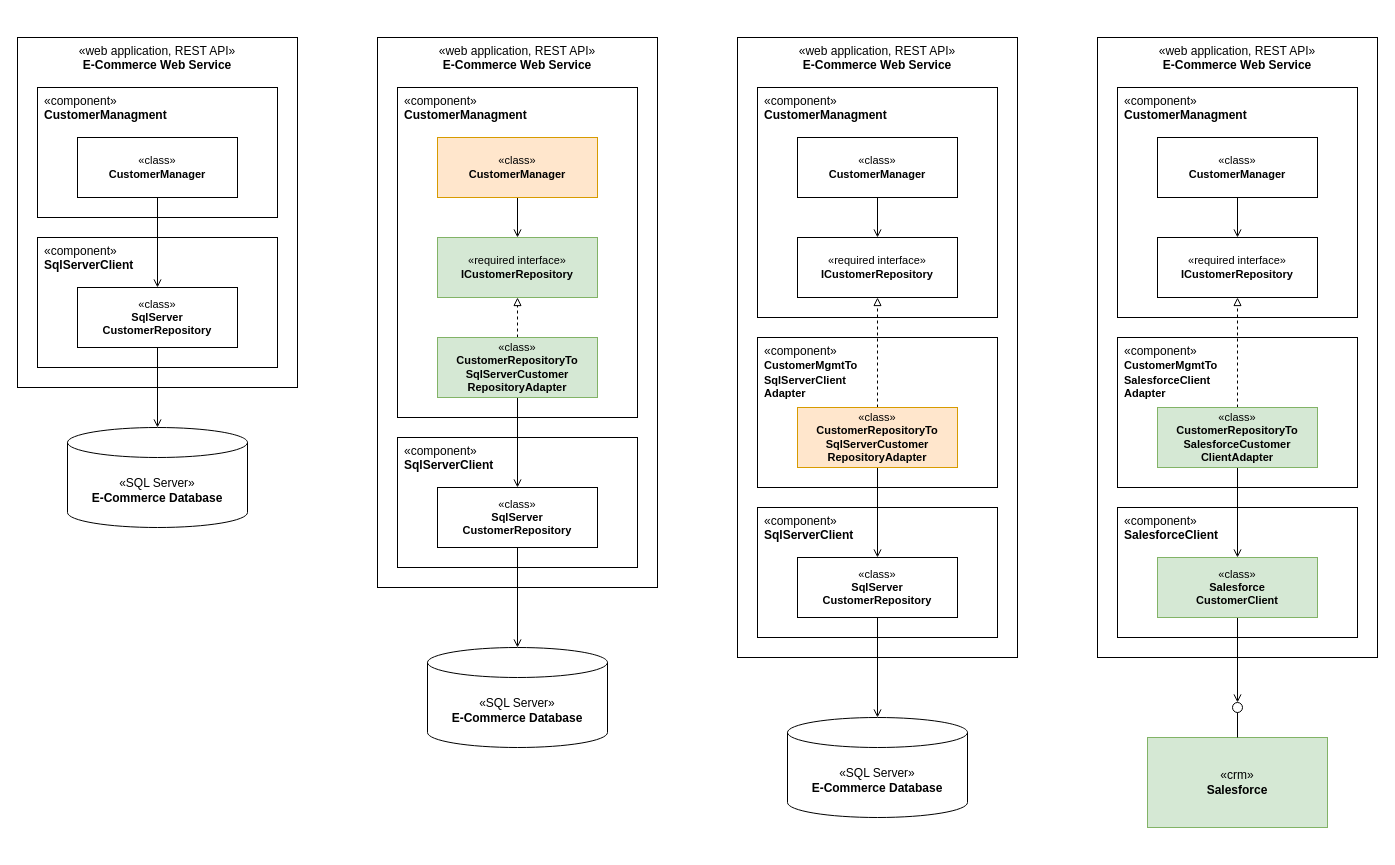
Fabricari/demo-architecture-roadmap-data-migration keeps this draw.io diagram as Architecture/Tactical Roadmap.drawio. Above is the earlier version. Source tidied: cells renumbered, new cells numbered last; positions are measured from the earlier drawing's top-left corner, leaving out a move shared by most shapes. Both pictures are drawn from the tidied source at 100%, with x=0, y=0 at pixel (17, 37).
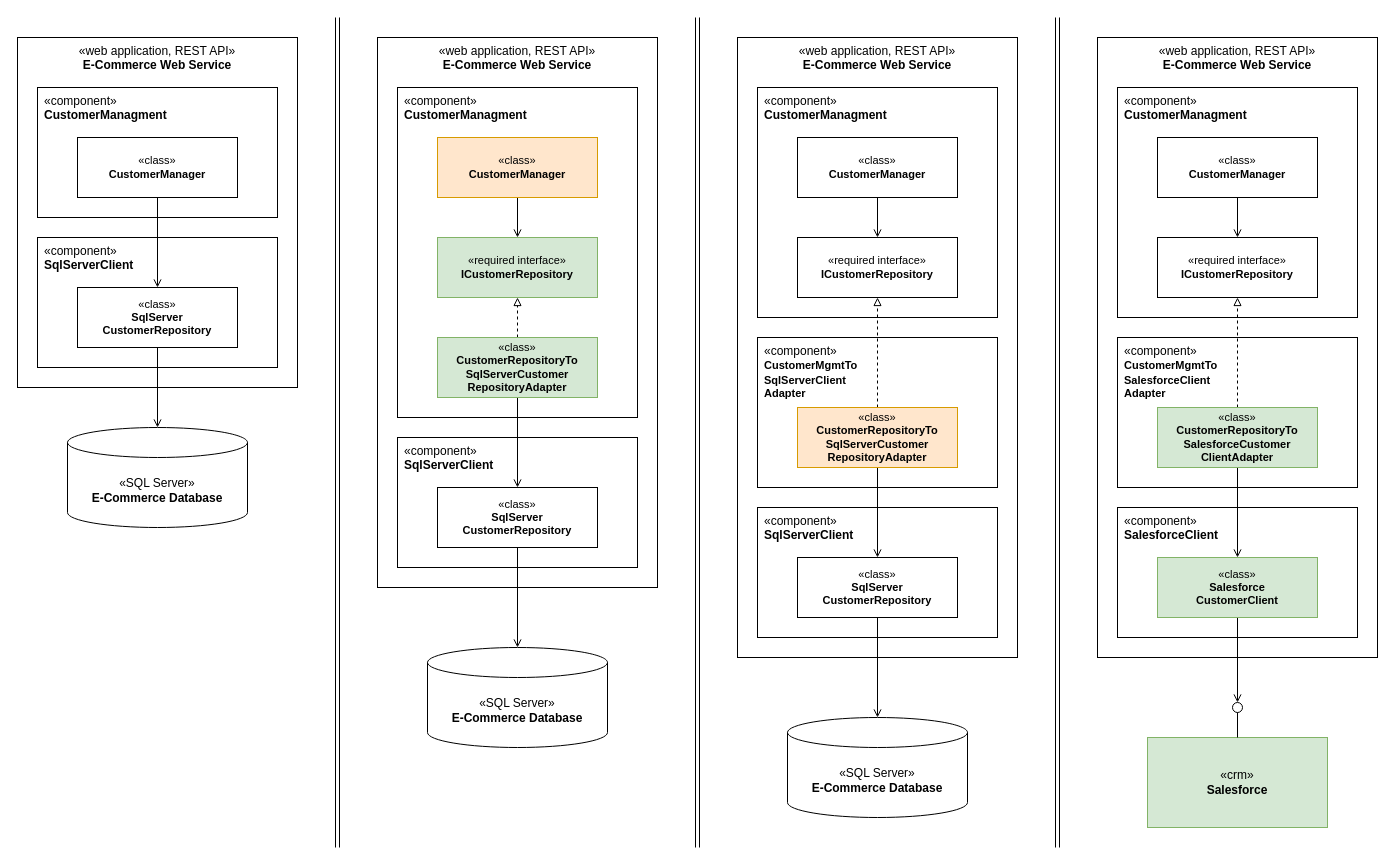
After the change.

What changed in the source:
```diff
@@
+    <mxCell id="50" style="shape=link;html=1;rounded=0;fontSize=12;startSize=8;endSize=8;curved=1;" parent="1" edge="1">
+      <mxGeometry relative="1" as="geometry">
+        <mxPoint x="320" y="810" as="sourcePoint" />
+        <mxPoint x="320" y="-20" as="targetPoint" />
+      </mxGeometry>
+    </mxCell>
+    <mxCell id="51" style="shape=link;html=1;rounded=0;fontSize=12;startSize=8;endSize=8;curved=1;" parent="1" edge="1">
+      <mxGeometry relative="1" as="geometry">
+        <mxPoint x="680" y="810" as="sourcePoint" />
+        <mxPoint x="680" y="-20" as="targetPoint" />
+      </mxGeometry>
+    </mxCell>
+    <mxCell id="52" style="shape=link;html=1;rounded=0;fontSize=12;startSize=8;endSize=8;curved=1;" parent="1" edge="1">
+      <mxGeometry relative="1" as="geometry">
+        <mxPoint x="1040" y="810" as="sourcePoint" />
+        <mxPoint x="1040" y="-20" as="targetPoint" />
+      </mxGeometry>
+    </mxCell>
```
